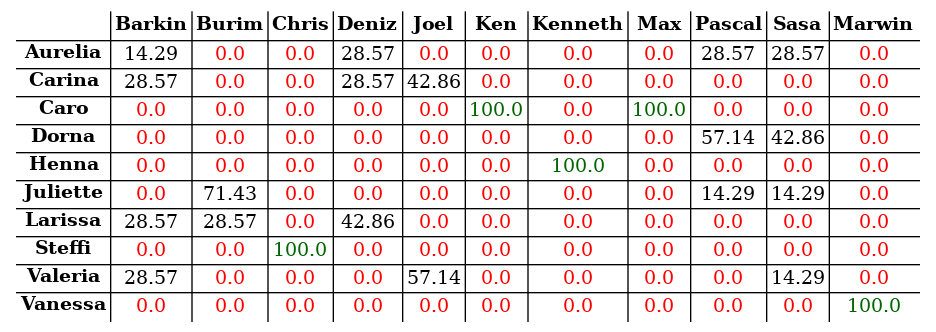
The Graphviz diagram s04/s04_tab.png in atticus-sullivan/sim-ayto, before a commit. Its source is kept beside it as s04/s04_tab.dot.
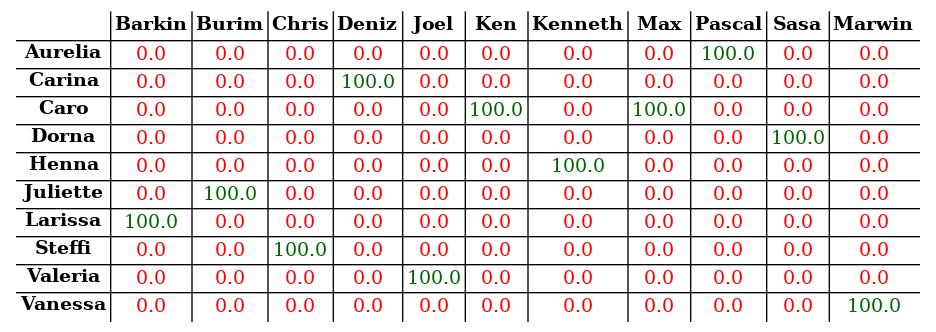
Above is the later version.

What changed in the source:
```diff
@@ -15,24 +15,24 @@
 <td><B>Marwin</B></td>
 </tr>
 <tr><td><B>Aurelia</B></td>
-<td><font color="black">14.29</font></td>
-<td><font color="red">0.0</font></td>
-<td><font color="red">0.0</font></td>
-<td><font color="black">28.57</font></td>
 <td><font color="red">0.0</font></td>
 <td><font color="red">0.0</font></td>
 <td><font color="red">0.0</font></td>
 <td><font color="red">0.0</font></td>
-<td><font color="black">28.57</font></td>
-<td><font color="black">28.57</font></td>
+<td><font color="red">0.0</font></td>
+<td><font color="red">0.0</font></td>
+<td><font color="red">0.0</font></td>
+<td><font color="red">0.0</font></td>
+<td><font color="darkgreen">100.0</font></td>
+<td><font color="red">0.0</font></td>
 <td><font color="red">0.0</font></td>
 </tr>
 <tr><td><B>Carina</B></td>
-<td><font color="black">28.57</font></td>
 <td><font color="red">0.0</font></td>
 <td><font color="red">0.0</font></td>
-<td><font color="black">28.57</font></td>
-<td><font color="black">42.86</font></td>
+<td><font color="red">0.0</font></td>
+<td><font color="darkgreen">100.0</font></td>
+<td><font color="red">0.0</font></td>
 <td><font color="red">0.0</font></td>
 <td><font color="red">0.0</font></td>
 <td><font color="red">0.0</font></td>
@@ -62,8 +62,8 @@
 <td><font color="red">0.0</font></td>
 <td><font color="red">0.0</font></td>
 <td><font color="red">0.0</font></td>
-<td><font color="black">57.14</font></td>
-<td><font color="black">42.86</font></td>
+<td><font color="red">0.0</font></td>
+<td><font color="darkgreen">100.0</font></td>
 <td><font color="red">0.0</font></td>
 </tr>
 <tr><td><B>Henna</B></td>
@@ -81,22 +81,22 @@
 </tr>
 <tr><td><B>Juliette</B></td>
 <td><font color="red">0.0</font></td>
-<td><font color="black">71.43</font></td>
+<td><font color="darkgreen">100.0</font></td>
 <td><font color="red">0.0</font></td>
 <td><font color="red">0.0</font></td>
 <td><font color="red">0.0</font></td>
 <td><font color="red">0.0</font></td>
 <td><font color="red">0.0</font></td>
 <td><font color="red">0.0</font></td>
-<td><font color="black">14.29</font></td>
-<td><font color="black">14.29</font></td>
+<td><font color="red">0.0</font></td>
+<td><font color="red">0.0</font></td>
 <td><font color="red">0.0</font></td>
 </tr>
 <tr><td><B>Larissa</B></td>
-<td><font color="black">28.57</font></td>
-<td><font color="black">28.57</font></td>
+<td><font color="darkgreen">100.0</font></td>
 <td><font color="red">0.0</font></td>
-<td><font color="black">42.86</font></td>
+<td><font color="red">0.0</font></td>
+<td><font color="red">0.0</font></td>
 <td><font color="red">0.0</font></td>
 <td><font color="red">0.0</font></td>
 <td><font color="red">0.0</font></td>
@@ -119,16 +119,16 @@
 <td><font color="red">0.0</font></td>
 </tr>
 <tr><td><B>Valeria</B></td>
-<td><font color="black">28.57</font></td>
-<td><font color="red">0.0</font></td>
-<td><font color="red">0.0</font></td>
-<td><font color="red">0.0</font></td>
-<td><font color="black">57.14</font></td>
 <td><font color="red">0.0</font></td>
 <td><font color="red">0.0</font></td>
 <td><font color="red">0.0</font></td>
 <td><font color="red">0.0</font></td>
-<td><font color="black">14.29</font></td>
+<td><font color="darkgreen">100.0</font></td>
+<td><font color="red">0.0</font></td>
+<td><font color="red">0.0</font></td>
+<td><font color="red">0.0</font></td>
+<td><font color="red">0.0</font></td>
+<td><font color="red">0.0</font></td>
 <td><font color="red">0.0</font></td>
 </tr>
 <tr><td><B>Vanessa</B></td>
```
